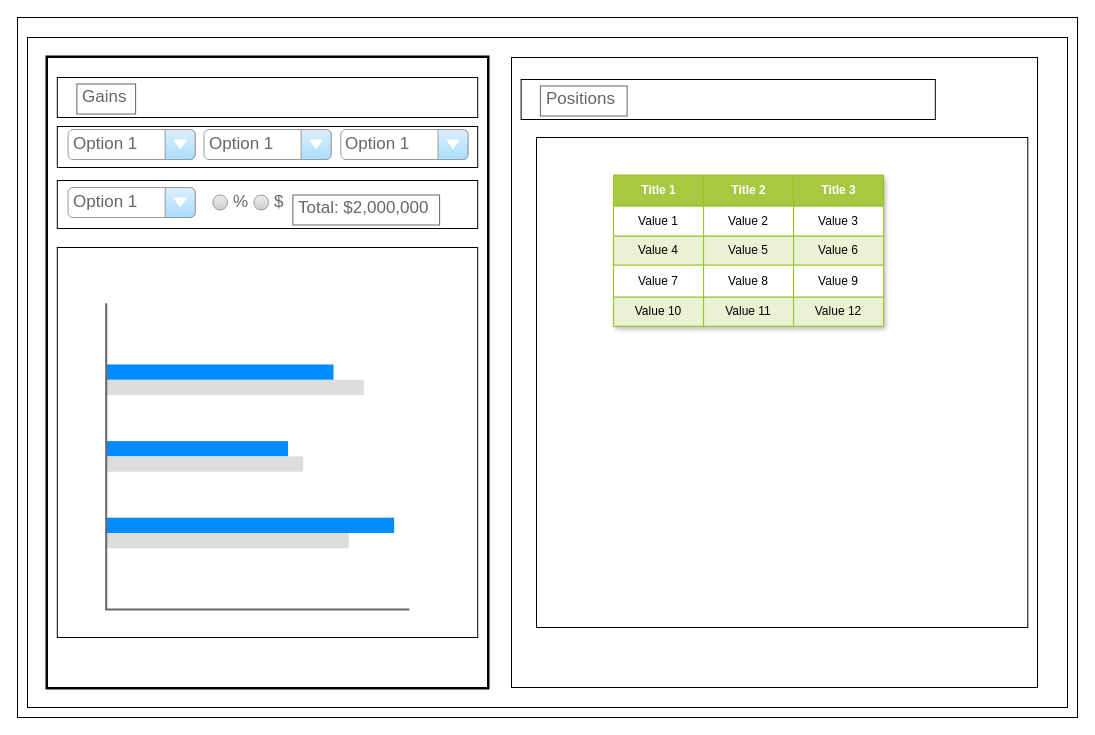
This is Design/GainsFL.drawio from higgsja/hpitpc2023-01-02, a draw.io file, before an edit. Source tidied: cells renumbered, new cells numbered last; positions are measured from the earlier drawing's top-left corner, leaving out a move shared by most shapes. Both pictures are drawn from the tidied source at 100%, with x=0, y=0 at pixel (17, 17).
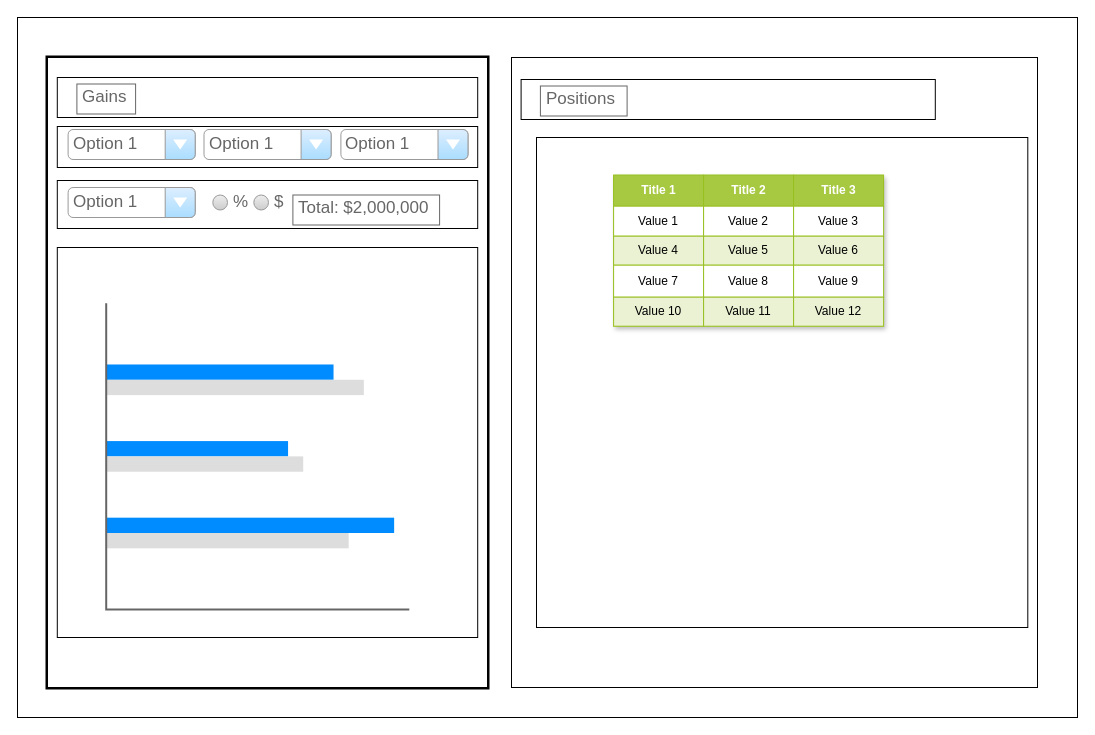
The same diagram, later.

The edit, as a diff of the source:
```diff
@@
-    <mxCell id="3" style="rounded=0;whiteSpace=wrap;html=1;" parent="1" vertex="1">
-      <mxGeometry x="10" y="20" width="1040" height="670" as="geometry" />
-    </mxCell>
```
